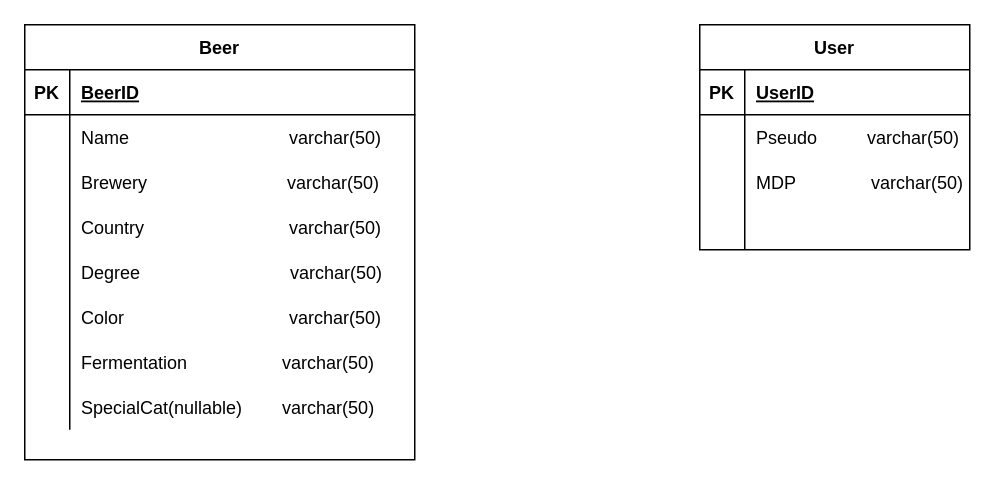
Above: Analyse/Database/BeerProject_DB_SCHEMA.drawio in Runolf/BeerProject (draw.io), before the change. Source tidied: cells renumbered, new cells numbered last; positions are measured from the earlier drawing's top-left corner, leaving out a move shared by most shapes. Both pictures are drawn from the tidied source at 150%, with x=0, y=0 at pixel (24, 24).
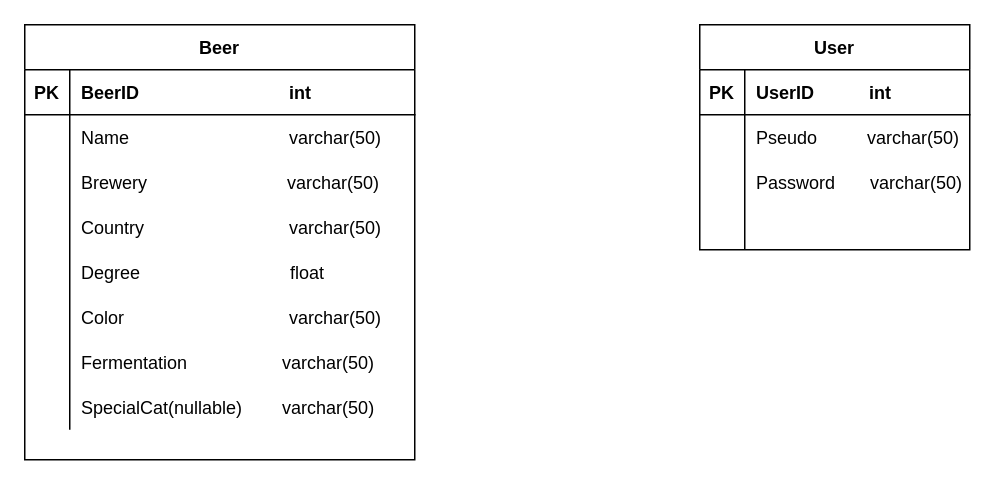
The same diagram, later.

Commit message (it also covers changes not shown here):
Add DUMP + some DB Schema Modif

The change refers to these unchanged cells:
```xml
<mxCell id="3" style="shape=partialRectangle;fillColor=none;top=0;left=0;bottom=1;right=0;" parent="2" vertex="1">
  <mxGeometry y="30" width="260" height="30" as="geometry" />
</mxCell>
<mxCell id="15" style="shape=partialRectangle;fillColor=none;top=0;left=0;bottom=0;right=0;" parent="2" vertex="1">
  <mxGeometry y="150" width="260" height="30" as="geometry" />
</mxCell>
<mxCell id="28" style="shape=partialRectangle;fillColor=none;top=0;left=0;bottom=1;right=0;" parent="27" vertex="1">
  <mxGeometry y="30" width="180" height="30" as="geometry" />
</mxCell>
<mxCell id="34" style="shape=partialRectangle;fillColor=none;top=0;left=0;bottom=0;right=0;" parent="27" vertex="1">
  <mxGeometry y="90" width="180" height="30" as="geometry" />
</mxCell>
```

Change to the diagram source:
```diff
@@
-    <mxCell id="5" value="BeerID" style="shape=partialRectangle;fillColor=none;top=0;left=0;bottom=0;right=0;align=left;spacingLeft=6;fontStyle=5;overflow=hidden;" parent="3" vertex="1">
+    <mxCell id="5" value="BeerID                              int" style="shape=partialRectangle;fillColor=none;top=0;left=0;bottom=0;right=0;align=left;spacingLeft=6;fontStyle=1;overflow=hidden;" parent="3" vertex="1">
       <mxGeometry x="30" width="230" height="30" as="geometry" />
     </mxCell>
@@
-    <mxCell id="17" value="Degree                              varchar(50)" style="shape=partialRectangle;fillColor=none;top=0;left=0;bottom=0;right=0;align=left;spacingLeft=6;overflow=hidden;" parent="15" vertex="1">
+    <mxCell id="17" value="Degree                              float" style="shape=partialRectangle;fillColor=none;top=0;left=0;bottom=0;right=0;align=left;spacingLeft=6;overflow=hidden;" parent="15" vertex="1">
       <mxGeometry x="30" width="230" height="30" as="geometry" />
     </mxCell>
@@
-    <mxCell id="30" value="UserID" style="shape=partialRectangle;fillColor=none;top=0;left=0;bottom=0;right=0;align=left;spacingLeft=6;fontStyle=5;overflow=hidden;" parent="28" vertex="1">
+    <mxCell id="30" value="UserID           int" style="shape=partialRectangle;fillColor=none;top=0;left=0;bottom=0;right=0;align=left;spacingLeft=6;fontStyle=1;overflow=hidden;" parent="28" vertex="1">
       <mxGeometry x="30" width="150" height="30" as="geometry" />
     </mxCell>
@@
-    <mxCell id="36" value="MDP               varchar(50)" style="shape=partialRectangle;fillColor=none;top=0;left=0;bottom=0;right=0;align=left;spacingLeft=6;overflow=hidden;" parent="34" vertex="1">
+    <mxCell id="36" value="Password       varchar(50)" style="shape=partialRectangle;fillColor=none;top=0;left=0;bottom=0;right=0;align=left;spacingLeft=6;overflow=hidden;" parent="34" vertex="1">
       <mxGeometry x="30" width="150" height="30" as="geometry" />
     </mxCell>
```
